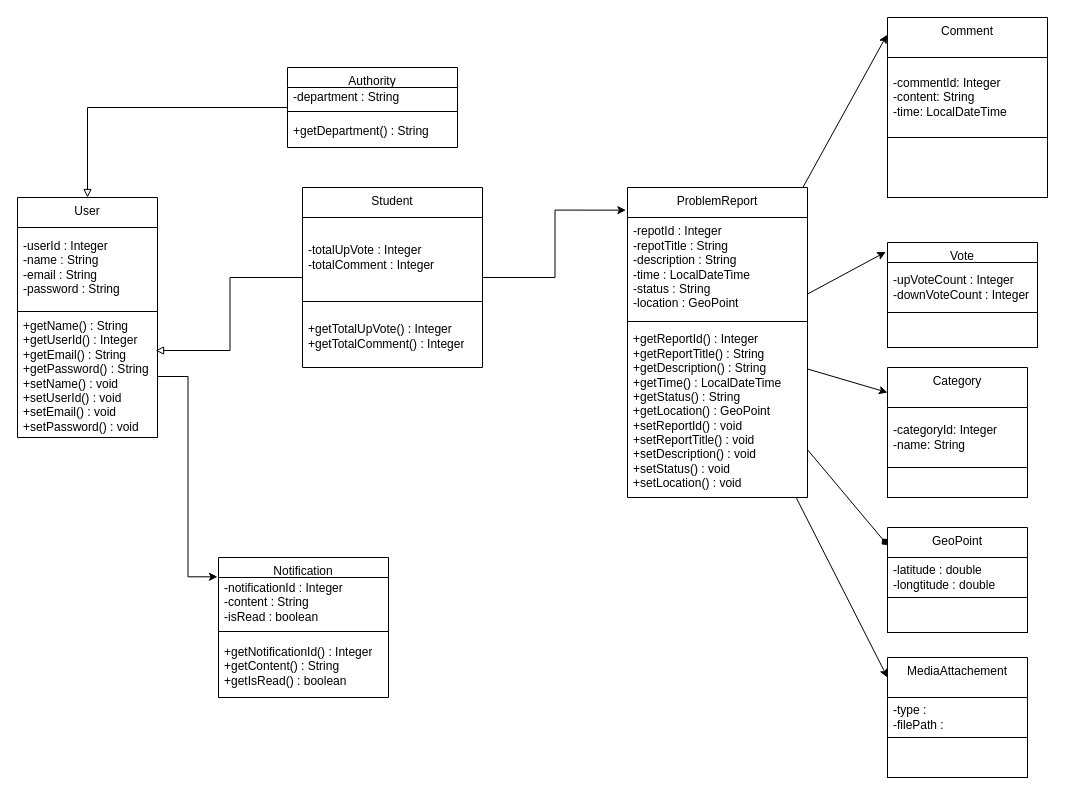
The draw.io diagram Untitled Diagram.drawio in hayatikocur/Student-Communication-and-Reporting-Network, before the edit. Source tidied: cells renumbered, new cells numbered last; positions are measured from the earlier drawing's top-left corner, leaving out a move shared by most shapes. Both pictures are drawn from the tidied source at 100%, with x=0, y=0 at pixel (17, 17).
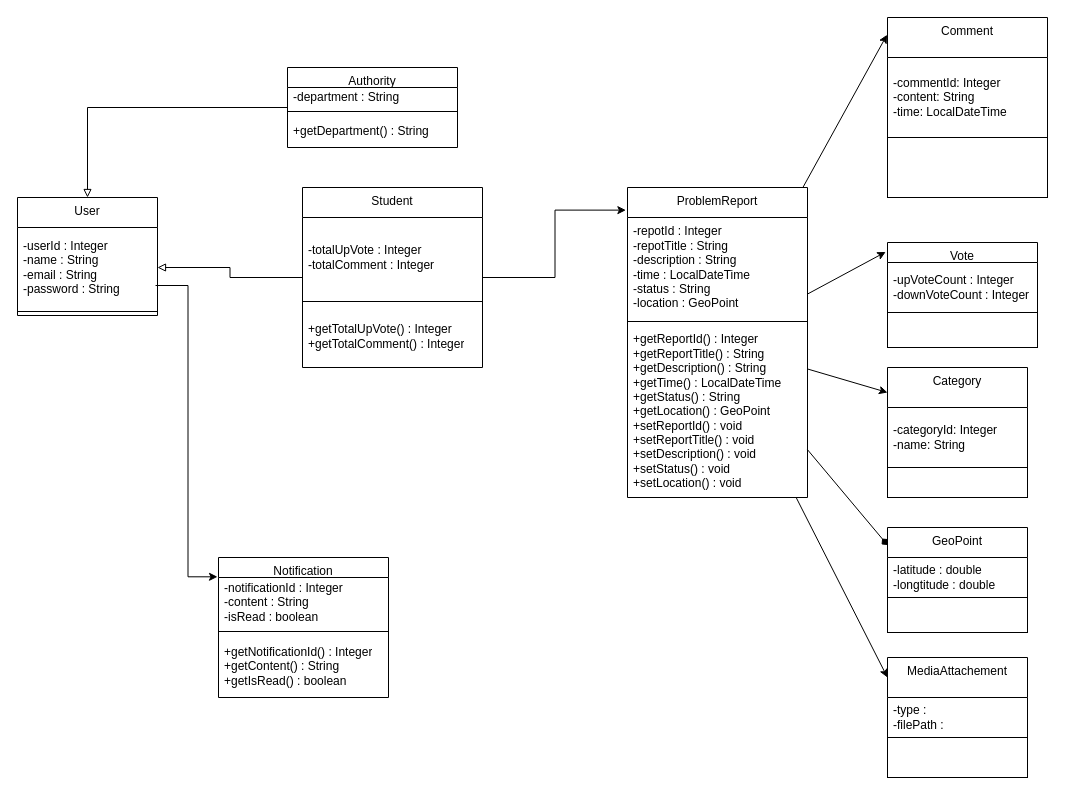
The same diagram, later.

The change refers to these unchanged cells:
```xml
<mxCell id="3" value="-userId : Integer&lt;div&gt;-name : String&lt;/div&gt;&lt;div&gt;-email : String&lt;/div&gt;&lt;div&gt;-password : String&lt;/div&gt;" style="text;html=1;strokeColor=none;fillColor=none;align=left;verticalAlign=middle;spacingLeft=4;spacingRight=4;overflow=hidden;points=[[0,0.5],[1,0.5]];portConstraint=eastwest;whiteSpace=wrap;" parent="2" vertex="1">
  <mxGeometry y="30" width="140" height="80" as="geometry" />
</mxCell>
<mxCell id="11" value="Student" style="swimlane;fontStyle=0;align=center;verticalAlign=top;horizontal=1;startSize=30;html=1;whiteSpace=wrap;" parent="1" vertex="1">
  <mxGeometry x="285" y="170" width="180" height="180" as="geometry" />
</mxCell>
<mxCell id="16" value="Notification" style="swimlane;fontStyle=0;align=center;verticalAlign=top;horizontal=1;startSize=20;html=1;whiteSpace=wrap;" parent="1" vertex="1">
  <mxGeometry x="201" y="540" width="170" height="140" as="geometry" />
</mxCell>
```

What changed in the source:
```diff
@@
     <mxCell id="2" value="User" style="swimlane;fontStyle=0;align=center;verticalAlign=top;horizontal=1;startSize=30;html=1;whiteSpace=wrap;" parent="1" vertex="1">
-      <mxGeometry y="180" width="140" height="240" as="geometry" />
+      <mxGeometry y="180" width="140" height="118" as="geometry" />
     </mxCell>
@@
-    <mxCell id="5" value="+getName() : String&lt;div&gt;+getUserId() : Integer&lt;/div&gt;&lt;div&gt;+getEmail() : String&lt;div&gt;+getPassword() : String&lt;br&gt;&lt;div&gt;+setName() : void&lt;div&gt;+setUserId() : void&lt;/div&gt;&lt;div&gt;+setEmail() : void&lt;div&gt;+setPassword() : void&lt;/div&gt;&lt;/div&gt;&lt;/div&gt;&lt;/div&gt;&lt;/div&gt;" style="text;html=1;strokeColor=none;fillColor=none;align=left;verticalAlign=middle;spacingLeft=4;spacingRight=4;overflow=hidden;points=[[0,0.5],[1,0.5]];portConstraint=eastwest;whiteSpace=wrap;" parent="2" vertex="1">
-      <mxGeometry y="118" width="140" height="122" as="geometry" />
-    </mxCell>
@@
-    <mxCell id="15" style="edgeStyle=orthogonalEdgeStyle;rounded=0;jettySize=auto;html=1;entryX=0.986;entryY=0.287;entryDx=0;entryDy=0;entryPerimeter=0;endArrow=block;endFill=0;" parent="1" edge="1" source="11" target="5">
+    <mxCell id="15" style="edgeStyle=orthogonalEdgeStyle;rounded=0;jettySize=auto;html=1;entryX=1;entryY=0.5;entryDx=0;entryDy=0;endArrow=block;endFill=0;" parent="1" edge="1" source="11" target="3">
       <mxGeometry relative="1" as="geometry" />
     </mxCell>
@@
-    <mxCell id="20" style="edgeStyle=orthogonalEdgeStyle;rounded=0;jettySize=auto;html=1;entryX=-0.006;entryY=0.138;entryDx=0;entryDy=0;entryPerimeter=0;" parent="1" edge="1" source="5" target="16">
+    <mxCell id="20" style="edgeStyle=orthogonalEdgeStyle;rounded=0;jettySize=auto;html=1;entryX=-0.006;entryY=0.138;entryDx=0;entryDy=0;entryPerimeter=0;exitX=0.986;exitY=0.725;exitDx=0;exitDy=0;exitPerimeter=0;" parent="1" edge="1" source="3" target="16">
       <mxGeometry relative="1" as="geometry" />
     </mxCell>
```
